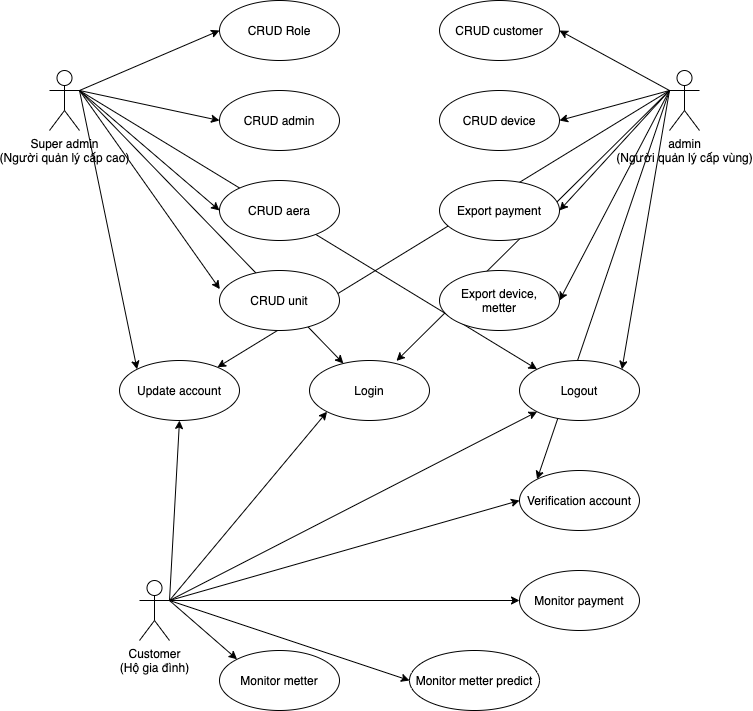
Before: usecase.png, a diagram exported from draw.io (akirakyohei/Smart-Energy-Monitor). Source tidied: cells renumbered, new cells last; positions are measured from the earlier drawing's top-left corner, leaving out a move shared by most shapes.
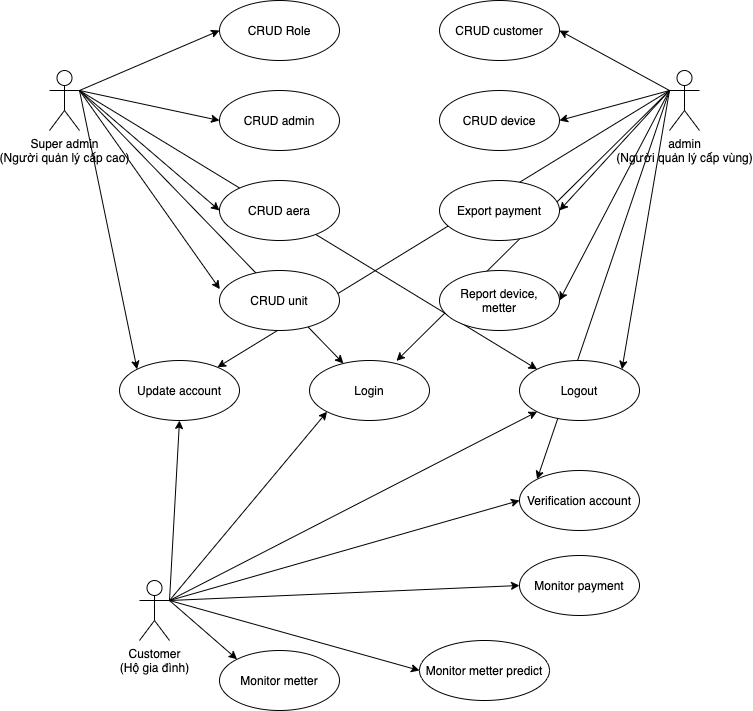
After the commit.

Diff of the diagram source:
```diff
@@ -71,7 +71,7 @@
     <mxCell id="24" value="CRUD device" style="ellipse;whiteSpace=wrap;html=1;" parent="1" vertex="1">
       <mxGeometry x="390" y="90" width="120" height="60" as="geometry" />
     </mxCell>
-    <mxCell id="25" value="Export device,&lt;br&gt;metter" style="ellipse;whiteSpace=wrap;html=1;" parent="1" vertex="1">
+    <mxCell id="25" value="Report device,&lt;br&gt;metter" style="ellipse;whiteSpace=wrap;html=1;" parent="1" vertex="1">
       <mxGeometry x="390" y="270" width="120" height="60" as="geometry" />
     </mxCell>
     <mxCell id="26" value="Export payment" style="ellipse;whiteSpace=wrap;html=1;" parent="1" vertex="1">
@@ -104,8 +104,10 @@
     <mxCell id="35" style="edgeStyle=none;html=1;exitX=1;exitY=0.3333333333333333;exitDx=0;exitDy=0;exitPerimeter=0;entryX=0;entryY=0;entryDx=0;entryDy=0;" parent="1" edge="1" source="37" target="41">
       <mxGeometry relative="1" as="geometry" />
     </mxCell>
-    <mxCell id="36" style="edgeStyle=none;html=1;exitX=1;exitY=0.3333333333333333;exitDx=0;exitDy=0;exitPerimeter=0;entryX=0.5;entryY=1;entryDx=0;entryDy=0;" parent="1" edge="1" source="37" target="27">
-      <mxGeometry relative="1" as="geometry" />
+    <mxCell id="36" style="edgeStyle=none;html=1;entryX=0.5;entryY=1;entryDx=0;entryDy=0;" parent="1" edge="1" target="27">
+      <mxGeometry relative="1" as="geometry">
+        <mxPoint x="120" y="600" as="sourcePoint" />
+      </mxGeometry>
     </mxCell>
     <mxCell id="37" value="Customer&lt;br&gt;(Hộ gia đình)" style="shape=umlActor;verticalLabelPosition=bottom;verticalAlign=top;html=1;outlineConnect=0;" parent="1" vertex="1">
       <mxGeometry x="90" y="580" width="30" height="60" as="geometry" />
@@ -114,10 +116,10 @@
       <mxGeometry x="470" y="470" width="120" height="60" as="geometry" />
     </mxCell>
     <mxCell id="39" value="Monitor payment" style="ellipse;whiteSpace=wrap;html=1;" parent="1" vertex="1">
-      <mxGeometry x="470" y="570" width="120" height="60" as="geometry" />
+      <mxGeometry x="470" y="555" width="120" height="60" as="geometry" />
     </mxCell>
     <mxCell id="40" value="Monitor metter predict" style="ellipse;whiteSpace=wrap;html=1;" parent="1" vertex="1">
-      <mxGeometry x="360" y="650" width="130" height="60" as="geometry" />
+      <mxGeometry x="370" y="640" width="130" height="60" as="geometry" />
     </mxCell>
     <mxCell id="41" value="Monitor metter" style="ellipse;whiteSpace=wrap;html=1;" parent="1" vertex="1">
       <mxGeometry x="170" y="650" width="120" height="60" as="geometry" />
```
